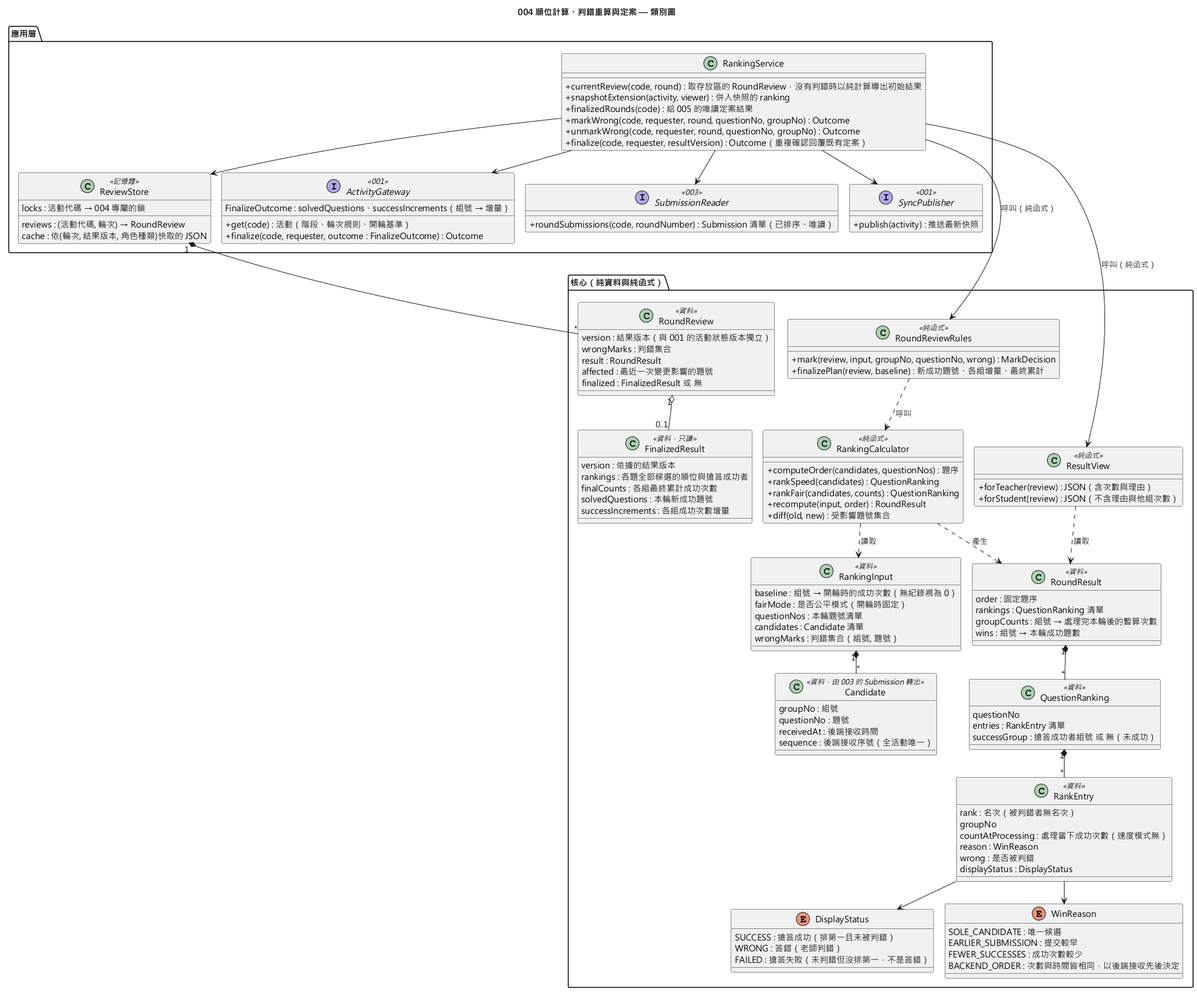
EricC430/lecture-answer-first_group16_speckit keeps this PlantUML diagram as diagrams/004-ranking-review-class.png. Above is the earlier version.
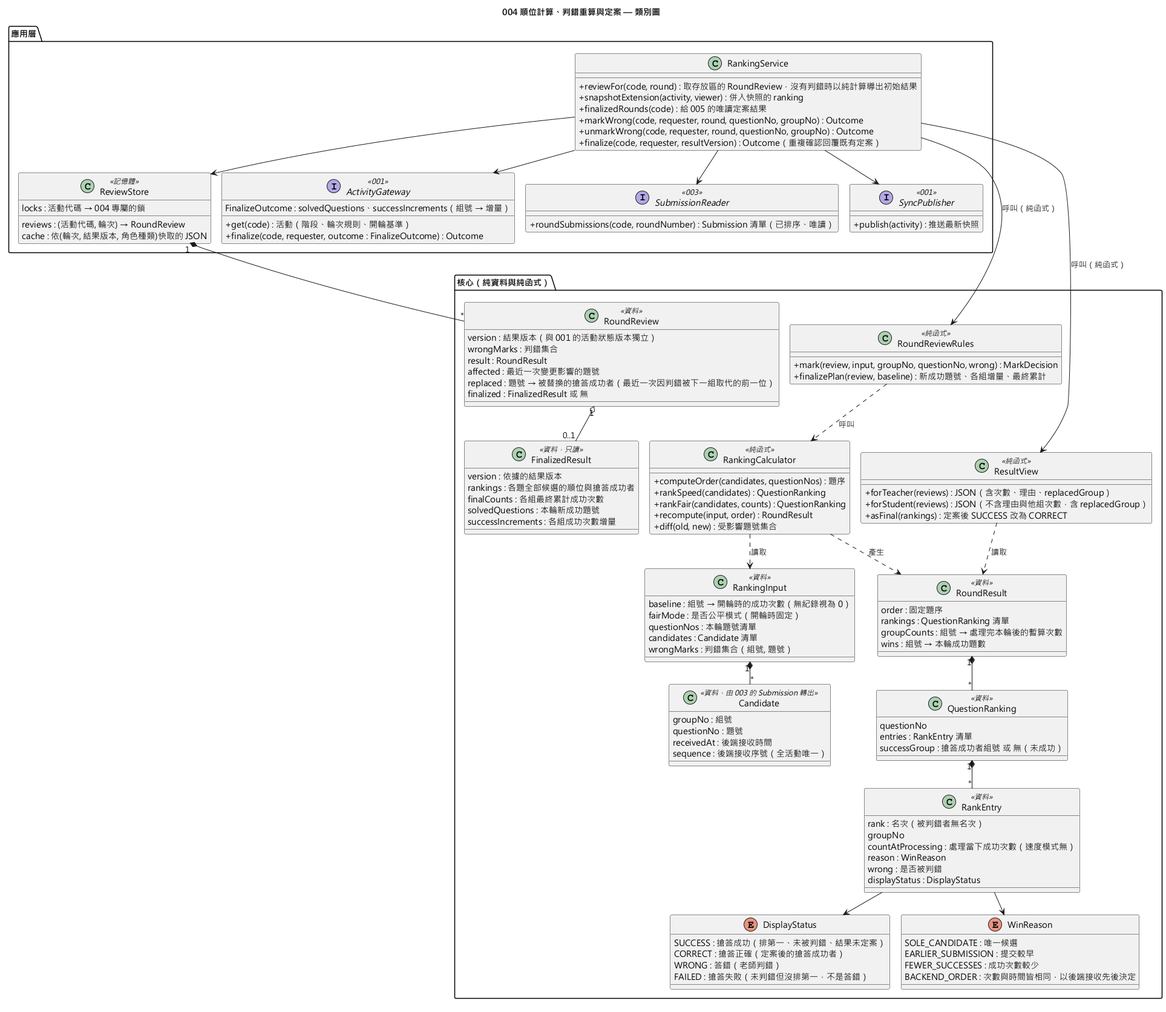
After the change.

Change to the diagram source:
```diff
@@ -56,8 +56,9 @@
   }
 
   class ResultView <<純函式>> {
-    +forTeacher(review) : JSON（含次數與理由）
-    +forStudent(review) : JSON（不含理由與他組次數）
+    +forTeacher(reviews) : JSON（含次數、理由、replacedGroup）
+    +forStudent(reviews) : JSON（不含理由與他組次數，含 replacedGroup）
+    +asFinal(rankings) : 定案後 SUCCESS 改為 CORRECT
   }
 
   class RoundReview <<資料>> {
@@ -65,6 +66,7 @@
     wrongMarks : 判錯集合
     result : RoundResult
     affected : 最近一次變更影響的題號
+    replaced : 題號 → 被替換的搶答成功者（最近一次因判錯被下一組取代的前一位）
     finalized : FinalizedResult 或 無
   }
 
@@ -77,7 +79,8 @@
   }
 
   enum DisplayStatus {
-    SUCCESS : 搶答成功（排第一且未被判錯）
+    SUCCESS : 搶答成功（排第一、未被判錯、結果未定案）
+    CORRECT : 搶答正確（定案後的搶答成功者）
     WRONG : 答錯（老師判錯）
     FAILED : 搶答失敗（未判錯但沒排第一，不是答錯）
   }
@@ -92,7 +95,7 @@
 
 package "應用層" {
   class RankingService {
-    +currentReview(code, round) : 取存放區的 RoundReview，沒有判錯時以純計算導出初始結果
+    +reviewFor(code, round) : 取存放區的 RoundReview，沒有判錯時以純計算導出初始結果
     +snapshotExtension(activity, viewer) : 併入快照的 ranking
     +finalizedRounds(code) : 給 005 的唯讀定案結果
     +markWrong(code, requester, round, questionNo, groupNo) : Outcome
```
